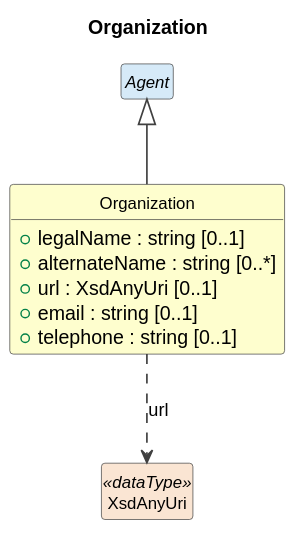
Above: cdif-uml-model/CDIFDiscovery/Classes/Organization.svg in Cross-Domain-Interoperability-Framework/metadataBuildingBlocks (PlantUML), before the change. The source it was exported from:
```plantuml
@startuml
title Organization
hide circle
hide empty members
skinparam shadowing false
skinparam ArrowThickness 1.2
skinparam class {
  ArrowColor #404040
  BorderColor #404040
  FontSize 12
}

class "Organization" as Organization #FEFECE {
  +legalName : string [0..1]
  +alternateName : string [0..*]
  +url : XsdAnyUri [0..1]
  +email : string [0..1]
  +telephone : string [0..1]
}
abstract class "Agent" as Agent #D6EAF8
Agent <|-- Organization
class "XsdAnyUri" as XsdAnyUri <<dataType>> #FAE5D3
Organization ..> XsdAnyUri : url
@enduml
```
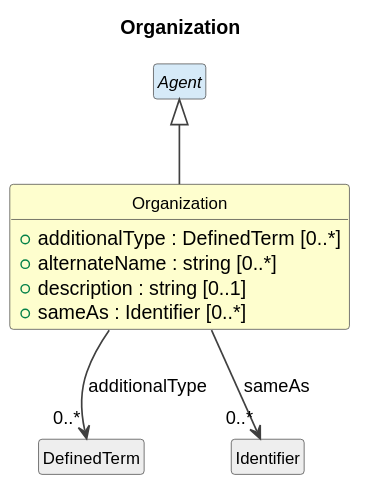
Above is the later version.

What changed in the source:
```diff
@@ -11,14 +11,15 @@
 }
 
 class "Organization" as Organization #FEFECE {
-  +legalName : string [0..1]
+  +additionalType : DefinedTerm [0..*]
   +alternateName : string [0..*]
-  +url : XsdAnyUri [0..1]
-  +email : string [0..1]
-  +telephone : string [0..1]
+  +description : string [0..1]
+  +sameAs : Identifier [0..*]
 }
 abstract class "Agent" as Agent #D6EAF8
 Agent <|-- Organization
-class "XsdAnyUri" as XsdAnyUri <<dataType>> #FAE5D3
-Organization ..> XsdAnyUri : url
+class "DefinedTerm" as DefinedTerm #EEEEEE
+Organization --> "0..*" DefinedTerm : additionalType
+class "Identifier" as Identifier #EEEEEE
+Organization --> "0..*" Identifier : sameAs
 @enduml
```
